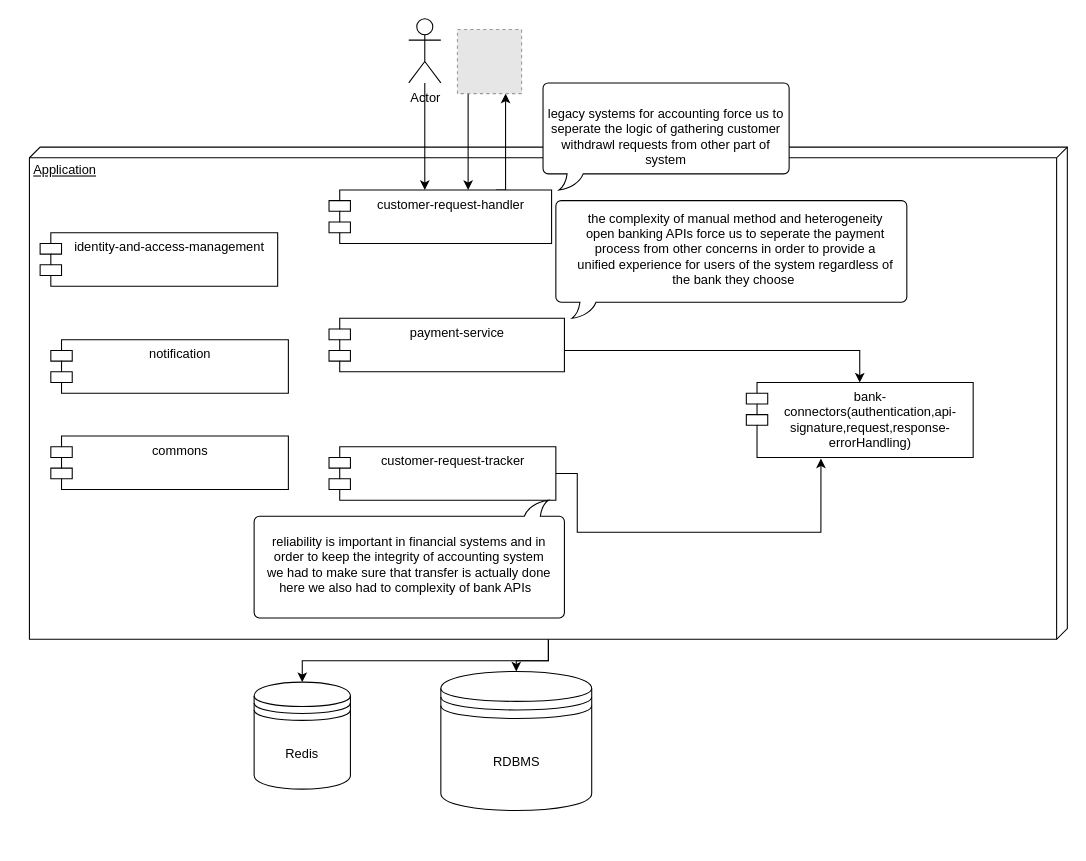
Above: image/Untitled Diagram.drawio in shakerdonyavi/wallet (draw.io), before the change. Source tidied: cells renumbered, new cells numbered last; positions are measured from the earlier drawing's top-left corner, leaving out a move shared by most shapes. Both pictures are drawn from the tidied source at 107%, with x=0, y=0 at pixel (29, 18). Pictures stored in the file or linked from it are replaced by grey dashed boxes.
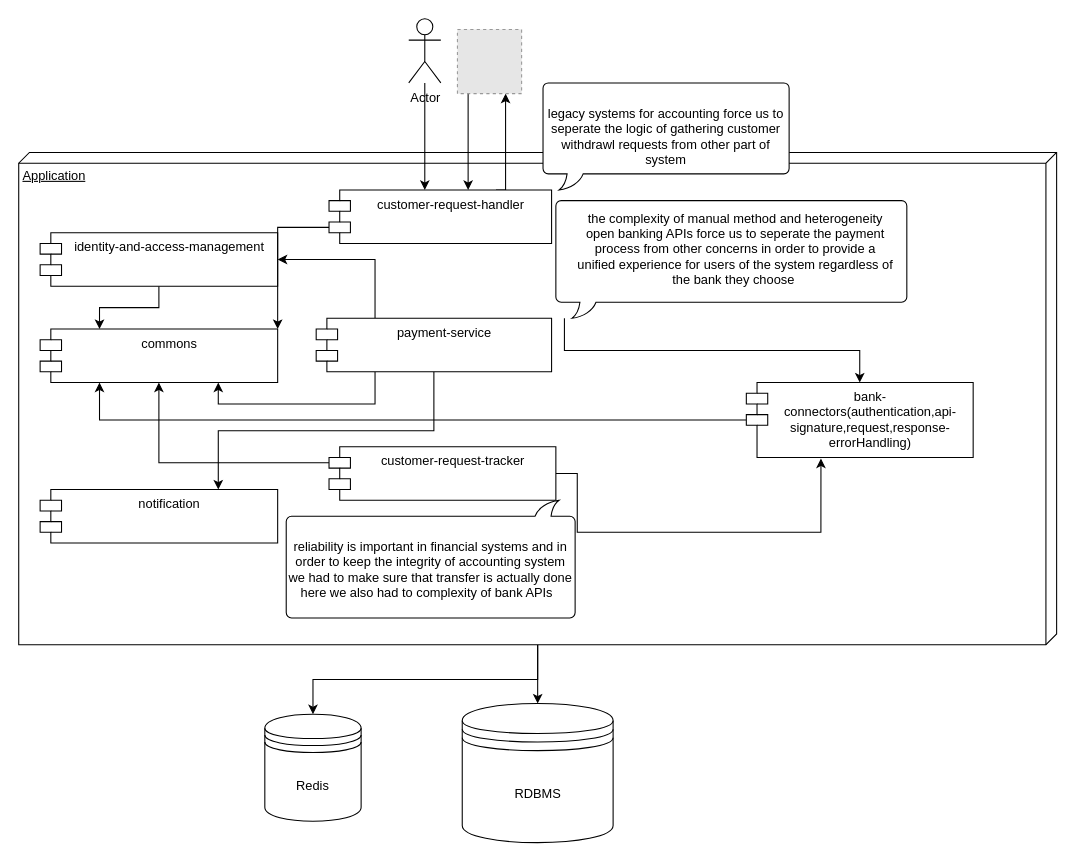
Above is the later version.

The change refers to these unchanged cells:
```xml
<mxCell id="6" value="customer-request-tracker" style="shape=module;align=left;spacingLeft=20;align=center;verticalAlign=top;whiteSpace=wrap;html=1;" parent="1" vertex="1">
  <mxGeometry x="280" y="400" width="212" height="50" as="geometry" />
</mxCell>
<mxCell id="7" value="identity-and-access-management&lt;br&gt;" style="shape=module;align=left;spacingLeft=20;align=center;verticalAlign=top;whiteSpace=wrap;html=1;" parent="1" vertex="1">
  <mxGeometry x="10" y="200" width="222" height="50" as="geometry" />
</mxCell>
<mxCell id="13" value="bank-connectors(authentication,api-signature,request,response-errorHandling)" style="shape=module;align=left;spacingLeft=20;align=center;verticalAlign=top;whiteSpace=wrap;html=1;" parent="1" vertex="1">
  <mxGeometry x="670" y="340" width="212" height="70" as="geometry" />
</mxCell>
<mxCell id="15" value="customer-request-handler&lt;br&gt;" style="shape=module;align=left;spacingLeft=20;align=center;verticalAlign=top;whiteSpace=wrap;html=1;" parent="1" vertex="1">
  <mxGeometry x="280" y="160" width="208" height="50" as="geometry" />
</mxCell>
```

What changed in the source:
```diff
@@
     <mxCell id="4" value="Application" style="verticalAlign=top;align=left;spacingTop=8;spacingLeft=2;spacingRight=12;shape=cube;size=10;direction=south;fontStyle=4;html=1;whiteSpace=wrap;" parent="1" vertex="1">
-      <mxGeometry y="120" width="970" height="460" as="geometry" />
+      <mxGeometry x="-10" y="125" width="970" height="460" as="geometry" />
     </mxCell>
@@
+    <mxCell id="27" style="edgeStyle=orthogonalEdgeStyle;rounded=0;jettySize=auto;html=1;exitX=0;exitY=0;exitDx=0;exitDy=15;exitPerimeter=0;entryX=0.5;entryY=1;entryDx=0;entryDy=0;" parent="1" edge="1" source="6" target="8">
+      <mxGeometry relative="1" as="geometry" />
+    </mxCell>
@@
+    <mxCell id="28" style="edgeStyle=orthogonalEdgeStyle;rounded=0;jettySize=auto;html=1;exitX=0.5;exitY=1;exitDx=0;exitDy=0;entryX=0.25;entryY=0;entryDx=0;entryDy=0;" parent="1" edge="1" source="7" target="8">
+      <mxGeometry relative="1" as="geometry" />
+    </mxCell>
@@
     <mxCell id="8" value="commons" style="shape=module;align=left;spacingLeft=20;align=center;verticalAlign=top;whiteSpace=wrap;html=1;" parent="1" vertex="1">
-      <mxGeometry x="20" y="390" width="222" height="50" as="geometry" />
+      <mxGeometry x="10" y="290" width="222" height="50" as="geometry" />
     </mxCell>
-    <mxCell id="9" value="notification&lt;br&gt;" style="shape=module;align=left;spacingLeft=20;align=center;verticalAlign=top;whiteSpace=wrap;html=1;" parent="1" vertex="1">
-      <mxGeometry x="20" y="300" width="222" height="50" as="geometry" />
-    </mxCell>
     <mxCell id="10" value="RDBMS" style="shape=datastore;whiteSpace=wrap;html=1;" parent="1" vertex="1">
-      <mxGeometry x="384.5" y="610" width="141" height="130" as="geometry" />
+      <mxGeometry x="404.5" y="640" width="141" height="130" as="geometry" />
     </mxCell>
@@
+    <mxCell id="29" style="edgeStyle=orthogonalEdgeStyle;rounded=0;jettySize=auto;html=1;exitX=0.25;exitY=0;exitDx=0;exitDy=0;entryX=1;entryY=0.5;entryDx=0;entryDy=0;" parent="1" edge="1" source="12" target="7">
+      <mxGeometry relative="1" as="geometry" />
+    </mxCell>
+    <mxCell id="30" style="edgeStyle=orthogonalEdgeStyle;rounded=0;jettySize=auto;html=1;exitX=0.25;exitY=1;exitDx=0;exitDy=0;entryX=0.75;entryY=1;entryDx=0;entryDy=0;" parent="1" edge="1" source="12" target="8">
+      <mxGeometry relative="1" as="geometry" />
+    </mxCell>
+    <mxCell id="31" style="edgeStyle=orthogonalEdgeStyle;rounded=0;jettySize=auto;html=1;exitX=0.5;exitY=1;exitDx=0;exitDy=0;entryX=0.75;entryY=0;entryDx=0;entryDy=0;" parent="1" edge="1" source="12" target="9">
+      <mxGeometry relative="1" as="geometry" />
+    </mxCell>
     <mxCell id="12" value="payment-service&lt;br&gt;" style="shape=module;align=left;spacingLeft=20;align=center;verticalAlign=top;whiteSpace=wrap;html=1;" parent="1" vertex="1">
-      <mxGeometry x="280" y="280" width="220" height="50" as="geometry" />
+      <mxGeometry x="268" y="280" width="220" height="50" as="geometry" />
     </mxCell>
+    <mxCell id="32" style="edgeStyle=orthogonalEdgeStyle;rounded=0;jettySize=auto;html=1;exitX=0;exitY=0;exitDx=0;exitDy=35;exitPerimeter=0;entryX=0.25;entryY=1;entryDx=0;entryDy=0;" parent="1" edge="1" source="13" target="8">
+      <mxGeometry relative="1" as="geometry" />
+    </mxCell>
@@
+    <mxCell id="33" style="edgeStyle=orthogonalEdgeStyle;rounded=0;jettySize=auto;html=1;exitX=0;exitY=0;exitDx=0;exitDy=35;exitPerimeter=0;entryX=1;entryY=0;entryDx=0;entryDy=0;" parent="1" edge="1" source="15" target="8">
+      <mxGeometry relative="1" as="geometry" />
+    </mxCell>
@@
     <mxCell id="20" value="Redis" style="shape=datastore;whiteSpace=wrap;html=1;" parent="1" vertex="1">
-      <mxGeometry x="210" y="620" width="90" height="100" as="geometry" />
+      <mxGeometry x="220" y="650" width="90" height="100" as="geometry" />
     </mxCell>
@@
     <mxCell id="25" style="whiteSpace=wrap;html=1;shape=mxgraph.basic.roundRectCallout;dx=30;dy=15;size=5;boundedLbl=1;rotation=-180;" parent="1" vertex="1">
-      <mxGeometry x="210" y="450" width="290" height="110" as="geometry" />
+      <mxGeometry x="240" y="450" width="270" height="110" as="geometry" />
     </mxCell>
     <mxCell id="26" value="reliability is important in financial systems and in order to keep the integrity of accounting system we had to make sure that transfer is actually done here we also had to complexity of bank APIs&amp;nbsp;&amp;nbsp;" style="text;html=1;strokeColor=none;fillColor=none;align=center;verticalAlign=middle;whiteSpace=wrap;rounded=0;" parent="1" vertex="1">
-      <mxGeometry x="220" y="470" width="270" height="80" as="geometry" />
+      <mxGeometry x="240" y="475" width="270" height="80" as="geometry" />
     </mxCell>
+    <mxCell id="9" value="notification&lt;br&gt;" style="shape=module;align=left;spacingLeft=20;align=center;verticalAlign=top;whiteSpace=wrap;html=1;" parent="1" vertex="1">
+      <mxGeometry x="10" y="440" width="222" height="50" as="geometry" />
+    </mxCell>
```
